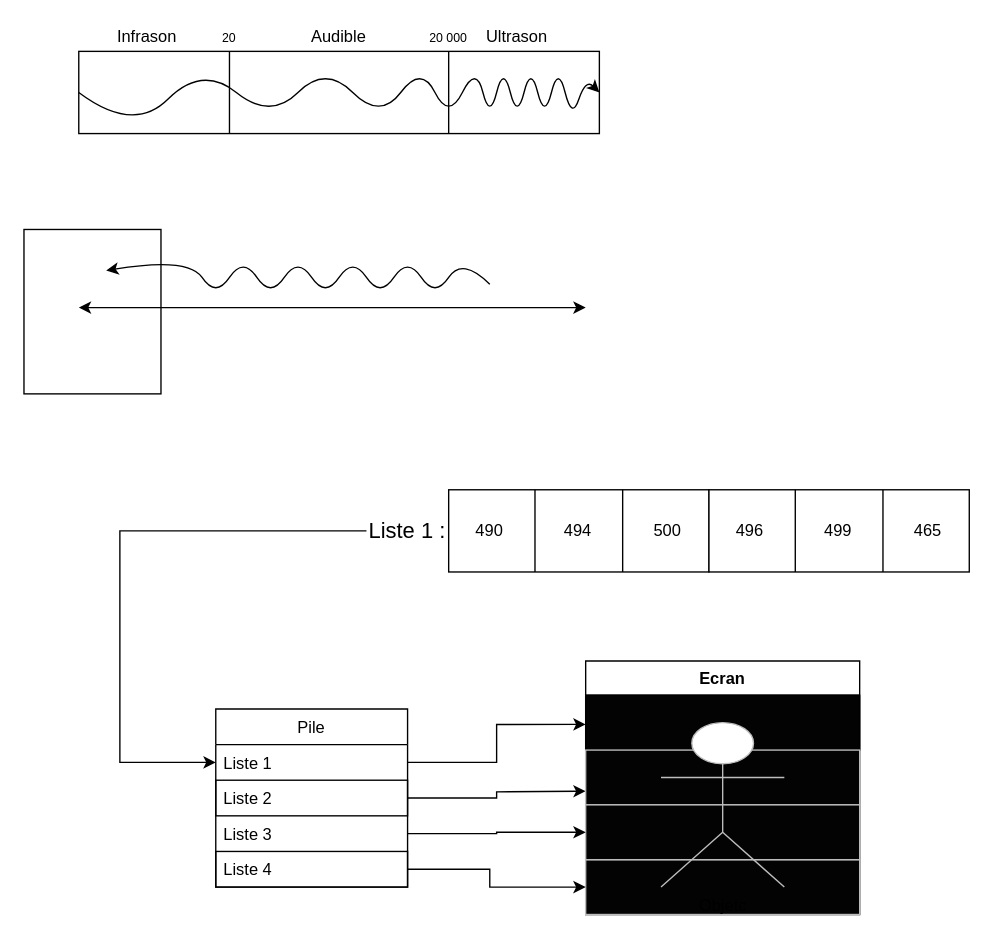
Above: Son.drawio in MasterLaplace/Projet_NSI-SON (draw.io), before the change. Source tidied: cells renumbered, new cells numbered last; positions are measured from the earlier drawing's top-left corner, leaving out a move shared by most shapes. Both pictures are drawn from the tidied source at 137%, with x=0, y=0 at pixel (23, 23).
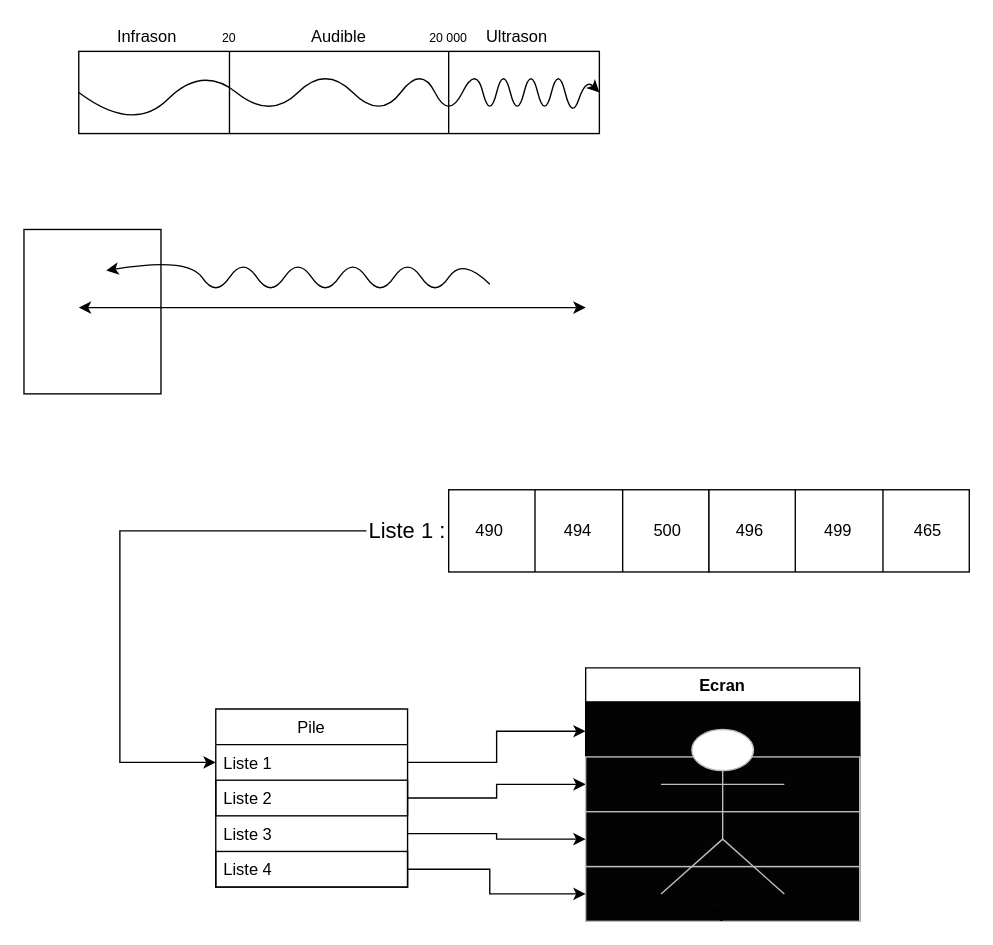
The same page after the edit.

Unchanged cells that the change refers to:
```xml
<mxCell id="13" value="Pile" style="swimlane;fontStyle=0;horizontal=1;startSize=26;" parent="1" vertex="1">
  <mxGeometry x="140" y="500" width="140" height="130" as="geometry" />
</mxCell>
<mxCell id="16" value="Liste 3" style="text;strokeColor=none;fillColor=none;align=left;verticalAlign=top;spacingLeft=4;spacingRight=4;overflow=hidden;points=[[0,0.5],[1,0.5]];portConstraint=eastwest;" parent="13" vertex="1">
  <mxGeometry y="78" width="140" height="26" as="geometry" />
</mxCell>
<mxCell id="17" value="Liste 4" style="text;fillColor=none;align=left;verticalAlign=top;spacingLeft=4;spacingRight=4;overflow=hidden;points=[[0,0.5],[1,0.5]];portConstraint=eastwest;strokeColor=#000000;" parent="13" vertex="1">
  <mxGeometry y="104" width="140" height="26" as="geometry" />
</mxCell>
<mxCell id="28" style="whiteSpace=wrap;html=1;labelBackgroundColor=none;strokeColor=#BDBDBD;fillColor=#030303;gradientColor=none;" parent="26" vertex="1">
  <mxGeometry y="65" width="200" height="40" as="geometry" />
</mxCell>
<mxCell id="29" style="whiteSpace=wrap;html=1;labelBackgroundColor=none;strokeColor=#BDBDBD;fillColor=#030303;gradientColor=none;" parent="26" vertex="1">
  <mxGeometry y="145" width="200" height="40" as="geometry" />
</mxCell>
<mxCell id="30" style="whiteSpace=wrap;html=1;labelBackgroundColor=none;strokeColor=#BDBDBD;fillColor=#030303;gradientColor=none;" parent="26" vertex="1">
  <mxGeometry y="105" width="200" height="40" as="geometry" />
</mxCell>
```

What changed in the source:
```diff
@@
-    <mxCell id="12" style="edgeStyle=orthogonalEdgeStyle;rounded=0;jettySize=auto;html=1;shadow=0;verticalAlign=middle;" parent="1" edge="1" source="13">
-      <mxGeometry relative="1" as="geometry">
-        <mxPoint x="410" y="560" as="targetPoint" />
-      </mxGeometry>
+    <mxCell id="12" style="edgeStyle=orthogonalEdgeStyle;rounded=0;jettySize=auto;html=1;shadow=0;verticalAlign=middle;entryX=0;entryY=0.5;entryDx=0;entryDy=0;" parent="1" edge="1" source="13" target="28">
+      <mxGeometry relative="1" as="geometry" />
     </mxCell>
@@
     <mxCell id="26" value="Ecran" style="swimlane;labelBackgroundColor=none;strokeColor=#000000;html=0;startSize=25;" parent="1" vertex="1">
-      <mxGeometry x="410" y="465" width="200" height="185" as="geometry" />
+      <mxGeometry x="410" y="470" width="200" height="185" as="geometry" />
     </mxCell>
@@
     <mxCell id="33" style="edgeStyle=orthogonalEdgeStyle;rounded=0;jettySize=auto;html=1;shadow=0;verticalAlign=middle;entryX=0;entryY=0.5;entryDx=0;entryDy=0;" parent="1" edge="1" source="16" target="30">
-      <mxGeometry relative="1" as="geometry" />
+      <mxGeometry relative="1" as="geometry">
+        <Array as="points">
+          <mxPoint x="345" y="591" />
+          <mxPoint x="345" y="595" />
+        </Array>
+      </mxGeometry>
     </mxCell>
     <mxCell id="34" style="edgeStyle=orthogonalEdgeStyle;rounded=0;jettySize=auto;html=1;shadow=0;verticalAlign=middle;entryX=0;entryY=0.5;entryDx=0;entryDy=0;" parent="1" edge="1" source="17" target="29">
       <mxGeometry relative="1" as="geometry">
         <Array as="points">
           <mxPoint x="340" y="617" />
-          <mxPoint x="340" y="630" />
+          <mxPoint x="340" y="635" />
         </Array>
       </mxGeometry>
     </mxCell>
```
